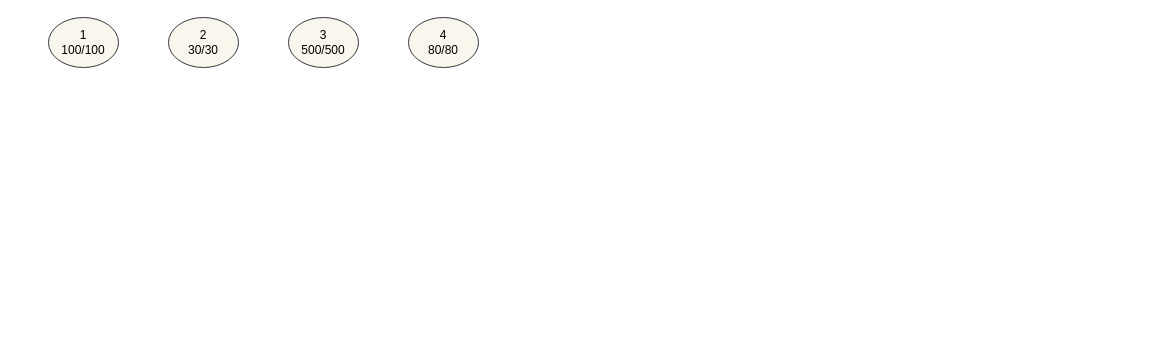
Dercury/CLDK keeps this draw.io diagram as GraphSplit.drawio. Above is the earlier version. Source tidied: cells renumbered, new cells numbered last; positions are measured from the earlier drawing's top-left corner, leaving out a move shared by most shapes. Both pictures are drawn from the tidied source at 100%, with x=0, y=0 at pixel (48, 17).
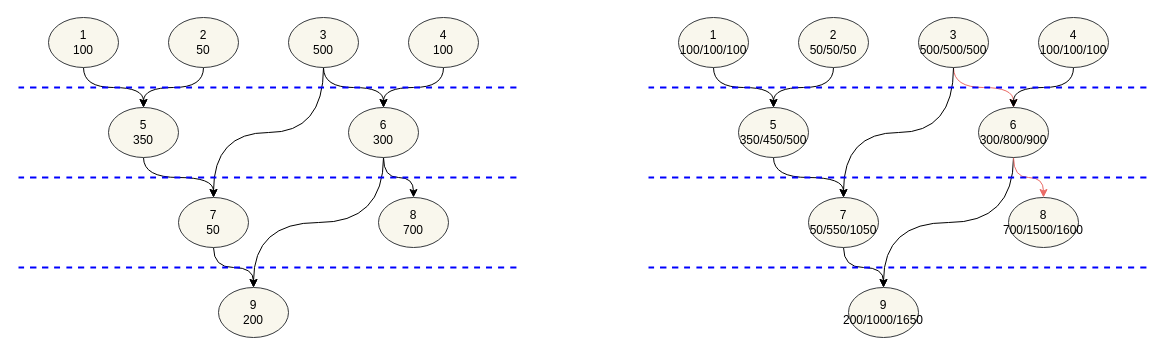
The same page after the edit.

Diff of the diagram source:
```diff
@@
+    <mxCell id="6" style="edgeStyle=orthogonalEdgeStyle;rounded=0;jettySize=auto;html=1;exitX=0.5;exitY=1;exitDx=0;exitDy=0;entryX=0.5;entryY=0;entryDx=0;entryDy=0;curved=1;" parent="1" edge="1" source="2" target="12">
+      <mxGeometry relative="1" as="geometry" />
+    </mxCell>
-    <mxCell id="2" value="1&lt;br&gt;100/100" style="ellipse;whiteSpace=wrap;html=1;fillColor=#f9f7ed;strokeColor=#36393d;" parent="1" vertex="1">
+    <mxCell id="2" value="1&lt;br&gt;100" style="ellipse;whiteSpace=wrap;html=1;fillColor=#f9f7ed;strokeColor=#36393d;" parent="1" vertex="1">
       <mxGeometry width="70" height="50" as="geometry" />
     </mxCell>
+    <mxCell id="7" style="edgeStyle=orthogonalEdgeStyle;rounded=0;jettySize=auto;html=1;exitX=0.5;exitY=1;exitDx=0;exitDy=0;entryX=0.5;entryY=0;entryDx=0;entryDy=0;curved=1;" parent="1" edge="1" source="3" target="12">
+      <mxGeometry relative="1" as="geometry" />
+    </mxCell>
-    <mxCell id="3" value="2&lt;br&gt;30/30" style="ellipse;whiteSpace=wrap;html=1;fillColor=#f9f7ed;strokeColor=#36393d;" parent="1" vertex="1">
+    <mxCell id="3" value="2&lt;br&gt;50" style="ellipse;whiteSpace=wrap;html=1;fillColor=#f9f7ed;strokeColor=#36393d;" parent="1" vertex="1">
       <mxGeometry x="120" width="70" height="50" as="geometry" />
     </mxCell>
+    <mxCell id="8" style="edgeStyle=orthogonalEdgeStyle;curved=1;rounded=0;jettySize=auto;html=1;exitX=0.5;exitY=1;exitDx=0;exitDy=0;entryX=0.5;entryY=0;entryDx=0;entryDy=0;" parent="1" edge="1" source="4" target="15">
+      <mxGeometry relative="1" as="geometry" />
+    </mxCell>
+    <mxCell id="9" style="edgeStyle=orthogonalEdgeStyle;curved=1;rounded=0;jettySize=auto;html=1;exitX=0.5;exitY=1;exitDx=0;exitDy=0;entryX=0.5;entryY=0;entryDx=0;entryDy=0;" parent="1" edge="1" source="4" target="17">
+      <mxGeometry relative="1" as="geometry" />
+    </mxCell>
-    <mxCell id="4" value="3&lt;br&gt;500/500" style="ellipse;whiteSpace=wrap;html=1;fillColor=#f9f7ed;strokeColor=#36393d;" parent="1" vertex="1">
+    <mxCell id="4" value="3&lt;br&gt;500" style="ellipse;whiteSpace=wrap;html=1;fillColor=#f9f7ed;strokeColor=#36393d;" parent="1" vertex="1">
       <mxGeometry x="240" width="70" height="50" as="geometry" />
     </mxCell>
+    <mxCell id="10" style="edgeStyle=orthogonalEdgeStyle;curved=1;rounded=0;jettySize=auto;html=1;exitX=0.5;exitY=1;exitDx=0;exitDy=0;entryX=0.5;entryY=0;entryDx=0;entryDy=0;" parent="1" edge="1" source="5" target="15">
+      <mxGeometry relative="1" as="geometry" />
+    </mxCell>
-    <mxCell id="5" value="4&lt;br&gt;80/80" style="ellipse;whiteSpace=wrap;html=1;fillColor=#f9f7ed;strokeColor=#36393d;" parent="1" vertex="1">
+    <mxCell id="5" value="4&lt;br&gt;100" style="ellipse;whiteSpace=wrap;html=1;fillColor=#f9f7ed;strokeColor=#36393d;" parent="1" vertex="1">
       <mxGeometry x="360" width="70" height="50" as="geometry" />
     </mxCell>
+    <mxCell id="11" style="edgeStyle=orthogonalEdgeStyle;curved=1;rounded=0;jettySize=auto;html=1;exitX=0.5;exitY=1;exitDx=0;exitDy=0;entryX=0.5;entryY=0;entryDx=0;entryDy=0;" parent="1" edge="1" source="12" target="17">
+      <mxGeometry relative="1" as="geometry" />
+    </mxCell>
+    <mxCell id="12" value="5&lt;br&gt;350" style="ellipse;whiteSpace=wrap;html=1;fillColor=#f9f7ed;strokeColor=#36393d;" parent="1" vertex="1">
+      <mxGeometry x="60" y="90" width="70" height="50" as="geometry" />
+    </mxCell>
+    <mxCell id="13" style="edgeStyle=orthogonalEdgeStyle;curved=1;rounded=0;jettySize=auto;html=1;exitX=0.5;exitY=1;exitDx=0;exitDy=0;entryX=0.5;entryY=0;entryDx=0;entryDy=0;" parent="1" edge="1" source="15" target="18">
+      <mxGeometry relative="1" as="geometry" />
+    </mxCell>
+    <mxCell id="14" style="edgeStyle=orthogonalEdgeStyle;curved=1;rounded=0;jettySize=auto;html=1;exitX=0.5;exitY=1;exitDx=0;exitDy=0;" parent="1" edge="1" source="15" target="19">
+      <mxGeometry relative="1" as="geometry" />
+    </mxCell>
+    <mxCell id="15" value="6&lt;br&gt;300" style="ellipse;whiteSpace=wrap;html=1;fillColor=#f9f7ed;strokeColor=#36393d;" parent="1" vertex="1">
+      <mxGeometry x="300" y="90" width="70" height="50" as="geometry" />
+    </mxCell>
+    <mxCell id="16" style="edgeStyle=orthogonalEdgeStyle;curved=1;rounded=0;jettySize=auto;html=1;exitX=0.5;exitY=1;exitDx=0;exitDy=0;entryX=0.5;entryY=0;entryDx=0;entryDy=0;" parent="1" edge="1" source="17" target="18">
+      <mxGeometry relative="1" as="geometry" />
+    </mxCell>
+    <mxCell id="17" value="7&lt;br&gt;50" style="ellipse;whiteSpace=wrap;html=1;fillColor=#f9f7ed;strokeColor=#36393d;" parent="1" vertex="1">
+      <mxGeometry x="130" y="180" width="70" height="50" as="geometry" />
+    </mxCell>
+    <mxCell id="18" value="9&lt;br&gt;200" style="ellipse;whiteSpace=wrap;html=1;fillColor=#f9f7ed;strokeColor=#36393d;" parent="1" vertex="1">
+      <mxGeometry x="170" y="270" width="70" height="50" as="geometry" />
+    </mxCell>
+    <mxCell id="19" value="8&lt;br&gt;700" style="ellipse;whiteSpace=wrap;html=1;fillColor=#f9f7ed;strokeColor=#36393d;" parent="1" vertex="1">
+      <mxGeometry x="330" y="180" width="70" height="50" as="geometry" />
+    </mxCell>
+    <mxCell id="20" style="endArrow=none;html=1;rounded=0;curved=1;dashed=1;strokeColor=#0000FF;strokeWidth=2;" parent="1" edge="1">
+      <mxGeometry relative="1" as="geometry">
+        <mxPoint x="-30" y="70" as="sourcePoint" />
+        <mxPoint x="470" y="70" as="targetPoint" />
+      </mxGeometry>
+    </mxCell>
+    <mxCell id="21" style="endArrow=none;html=1;rounded=0;curved=1;dashed=1;strokeColor=#0000FF;strokeWidth=2;" parent="1" edge="1">
+      <mxGeometry relative="1" as="geometry">
+        <mxPoint x="-30" y="160" as="sourcePoint" />
+        <mxPoint x="470" y="160" as="targetPoint" />
+      </mxGeometry>
+    </mxCell>
+    <mxCell id="22" style="endArrow=none;html=1;rounded=0;curved=1;dashed=1;strokeColor=#0000FF;strokeWidth=2;" parent="1" edge="1">
+      <mxGeometry relative="1" as="geometry">
+        <mxPoint x="-30" y="250" as="sourcePoint" />
+        <mxPoint x="470" y="250" as="targetPoint" />
+      </mxGeometry>
+    </mxCell>
+    <mxCell id="23" style="edgeStyle=orthogonalEdgeStyle;rounded=0;jettySize=auto;html=1;exitX=0.5;exitY=1;exitDx=0;exitDy=0;entryX=0.5;entryY=0;entryDx=0;entryDy=0;curved=1;" parent="1" edge="1" source="24" target="33">
+      <mxGeometry relative="1" as="geometry" />
+    </mxCell>
+    <mxCell id="24" value="1&lt;br&gt;100/100/100" style="ellipse;whiteSpace=wrap;html=1;fillColor=#f9f7ed;strokeColor=#36393d;" parent="1" vertex="1">
+      <mxGeometry x="630" width="70" height="50" as="geometry" />
+    </mxCell>
+    <mxCell id="25" style="edgeStyle=orthogonalEdgeStyle;rounded=0;jettySize=auto;html=1;exitX=0.5;exitY=1;exitDx=0;exitDy=0;entryX=0.5;entryY=0;entryDx=0;entryDy=0;curved=1;" parent="1" edge="1" source="26" target="33">
+      <mxGeometry relative="1" as="geometry" />
+    </mxCell>
+    <mxCell id="26" value="2&lt;br&gt;50/50/50" style="ellipse;whiteSpace=wrap;html=1;fillColor=#f9f7ed;strokeColor=#36393d;" parent="1" vertex="1">
+      <mxGeometry x="750" width="70" height="50" as="geometry" />
+    </mxCell>
+    <mxCell id="27" style="edgeStyle=orthogonalEdgeStyle;curved=1;rounded=0;jettySize=auto;html=1;exitX=0.5;exitY=1;exitDx=0;exitDy=0;entryX=0.5;entryY=0;entryDx=0;entryDy=0;strokeColor=#EA6B66;" parent="1" edge="1" source="29" target="36">
+      <mxGeometry relative="1" as="geometry" />
+    </mxCell>
+    <mxCell id="28" style="edgeStyle=orthogonalEdgeStyle;curved=1;rounded=0;jettySize=auto;html=1;exitX=0.5;exitY=1;exitDx=0;exitDy=0;entryX=0.5;entryY=0;entryDx=0;entryDy=0;" parent="1" edge="1" source="29" target="38">
+      <mxGeometry relative="1" as="geometry" />
+    </mxCell>
+    <mxCell id="29" value="3&lt;br&gt;500/500/500" style="ellipse;whiteSpace=wrap;html=1;fillColor=#f9f7ed;strokeColor=#36393d;" parent="1" vertex="1">
+      <mxGeometry x="870" width="70" height="50" as="geometry" />
+    </mxCell>
+    <mxCell id="30" style="edgeStyle=orthogonalEdgeStyle;curved=1;rounded=0;jettySize=auto;html=1;exitX=0.5;exitY=1;exitDx=0;exitDy=0;entryX=0.5;entryY=0;entryDx=0;entryDy=0;" parent="1" edge="1" source="31" target="36">
+      <mxGeometry relative="1" as="geometry" />
+    </mxCell>
+    <mxCell id="31" value="4&lt;br&gt;100/100/100" style="ellipse;whiteSpace=wrap;html=1;fillColor=#f9f7ed;strokeColor=#36393d;" parent="1" vertex="1">
+      <mxGeometry x="990" width="70" height="50" as="geometry" />
+    </mxCell>
+    <mxCell id="32" style="edgeStyle=orthogonalEdgeStyle;curved=1;rounded=0;jettySize=auto;html=1;exitX=0.5;exitY=1;exitDx=0;exitDy=0;entryX=0.5;entryY=0;entryDx=0;entryDy=0;" parent="1" edge="1" source="33" target="38">
+      <mxGeometry relative="1" as="geometry" />
+    </mxCell>
+    <mxCell id="33" value="5&lt;br&gt;350/450/500" style="ellipse;whiteSpace=wrap;html=1;fillColor=#f9f7ed;strokeColor=#36393d;" parent="1" vertex="1">
+      <mxGeometry x="690" y="90" width="70" height="50" as="geometry" />
+    </mxCell>
+    <mxCell id="34" style="edgeStyle=orthogonalEdgeStyle;curved=1;rounded=0;jettySize=auto;html=1;exitX=0.5;exitY=1;exitDx=0;exitDy=0;entryX=0.5;entryY=0;entryDx=0;entryDy=0;" parent="1" edge="1" source="36" target="39">
+      <mxGeometry relative="1" as="geometry" />
+    </mxCell>
+    <mxCell id="35" style="edgeStyle=orthogonalEdgeStyle;curved=1;rounded=0;jettySize=auto;html=1;exitX=0.5;exitY=1;exitDx=0;exitDy=0;strokeColor=#EA6B66;" parent="1" edge="1" source="36" target="40">
+      <mxGeometry relative="1" as="geometry" />
+    </mxCell>
+    <mxCell id="36" value="6&lt;br&gt;300/800/900" style="ellipse;whiteSpace=wrap;html=1;fillColor=#f9f7ed;strokeColor=#36393d;" parent="1" vertex="1">
+      <mxGeometry x="930" y="90" width="70" height="50" as="geometry" />
+    </mxCell>
+    <mxCell id="37" style="edgeStyle=orthogonalEdgeStyle;curved=1;rounded=0;jettySize=auto;html=1;exitX=0.5;exitY=1;exitDx=0;exitDy=0;entryX=0.5;entryY=0;entryDx=0;entryDy=0;" parent="1" edge="1" source="38" target="39">
+      <mxGeometry relative="1" as="geometry" />
+    </mxCell>
+    <mxCell id="38" value="7&lt;br&gt;50/550/1050" style="ellipse;whiteSpace=wrap;html=1;fillColor=#f9f7ed;strokeColor=#36393d;" parent="1" vertex="1">
+      <mxGeometry x="760" y="180" width="70" height="50" as="geometry" />
+    </mxCell>
+    <mxCell id="39" value="9&lt;br&gt;200/1000/1650" style="ellipse;whiteSpace=wrap;html=1;fillColor=#f9f7ed;strokeColor=#36393d;" parent="1" vertex="1">
+      <mxGeometry x="800" y="270" width="70" height="50" as="geometry" />
+    </mxCell>
+    <mxCell id="40" value="8&lt;br&gt;700/1500/1600" style="ellipse;whiteSpace=wrap;html=1;fillColor=#f9f7ed;strokeColor=#36393d;" parent="1" vertex="1">
+      <mxGeometry x="960" y="180" width="70" height="50" as="geometry" />
+    </mxCell>
+    <mxCell id="41" style="endArrow=none;html=1;rounded=0;curved=1;dashed=1;strokeColor=#0000FF;strokeWidth=2;" parent="1" edge="1">
+      <mxGeometry relative="1" as="geometry">
+        <mxPoint x="600" y="70" as="sourcePoint" />
+        <mxPoint x="1100" y="70" as="targetPoint" />
+      </mxGeometry>
+    </mxCell>
+    <mxCell id="42" style="endArrow=none;html=1;rounded=0;curved=1;dashed=1;strokeColor=#0000FF;strokeWidth=2;" parent="1" edge="1">
+      <mxGeometry relative="1" as="geometry">
+        <mxPoint x="600" y="160" as="sourcePoint" />
+        <mxPoint x="1100" y="160" as="targetPoint" />
+      </mxGeometry>
+    </mxCell>
+    <mxCell id="43" style="endArrow=none;html=1;rounded=0;curved=1;dashed=1;strokeColor=#0000FF;strokeWidth=2;" parent="1" edge="1">
+      <mxGeometry relative="1" as="geometry">
+        <mxPoint x="600" y="250" as="sourcePoint" />
+        <mxPoint x="1100" y="250" as="targetPoint" />
+      </mxGeometry>
+    </mxCell>
```
